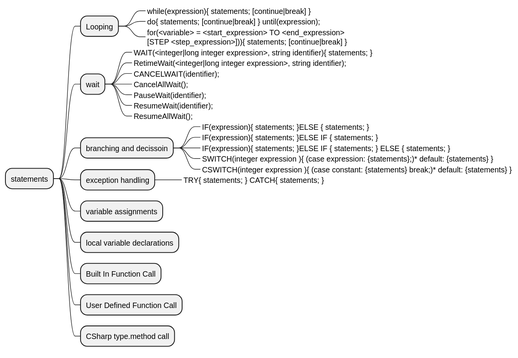
alvaroyurrita/vscode-crestron-splus keeps this PlantUML diagram as csharp-syntax-mindmap/statements.svg. Above is the earlier version.
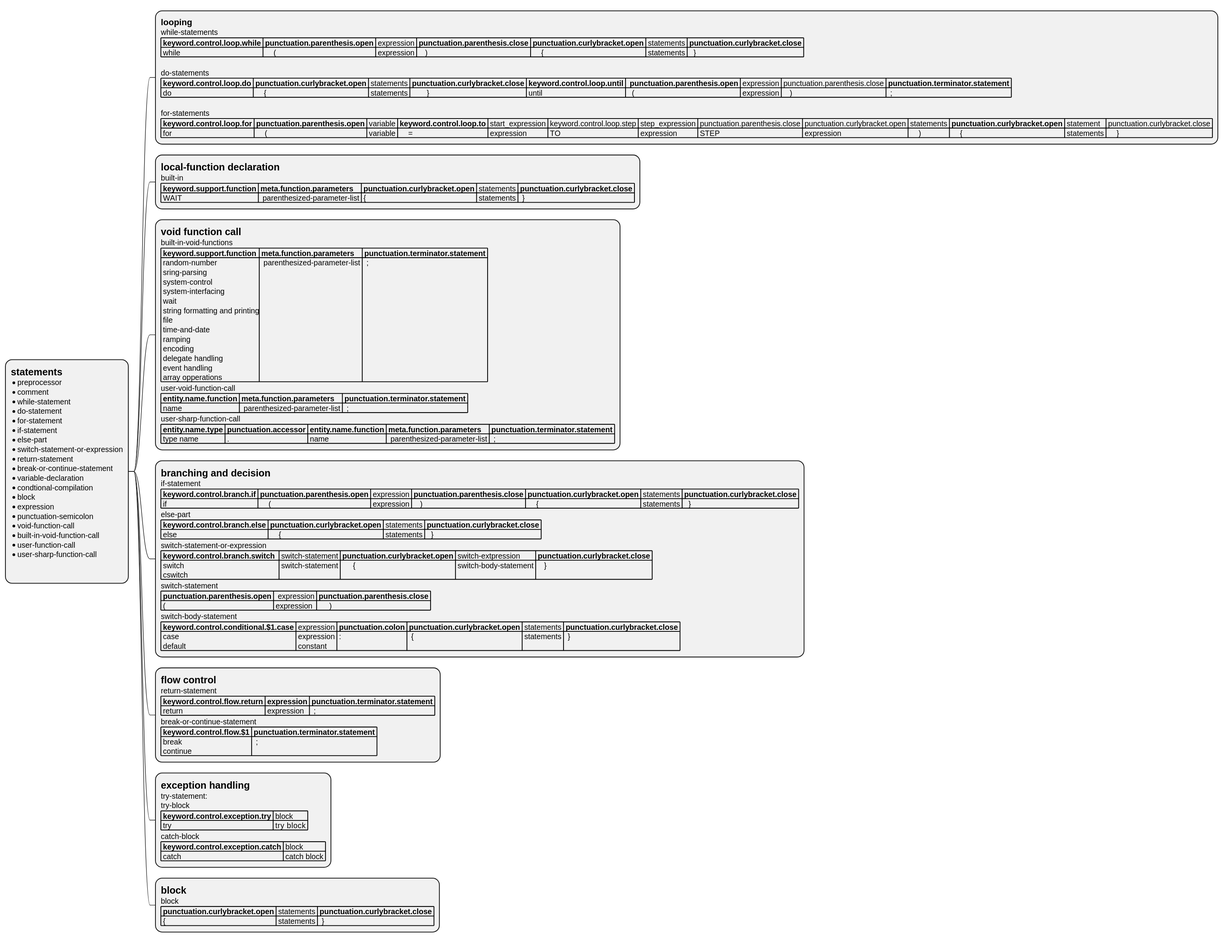
After the commit.

Diff of the diagram source:
```diff
@@ -1,30 +1,93 @@
 @startmindmap
-+ statements
-++ Looping
-+++_ while(expression){ statements; [continue|break] }
-+++_ do{ statements; [continue|break] } until(expression);
-+++_ for(<variable> = <start_expression> TO <end_expression> \n[STEP <step_expression>])){ statements; [continue|break] }
-++ wait
-+++_ WAIT(<integer|long integer expression>, string identifier){ statements; }
-+++_ RetimeWait(<integer|long integer expression>, string identifier);
-+++_ CANCELWAIT(identifier);
-+++_ CancelAllWait();
-+++_ PauseWait(identifier);
-+++_ ResumeWait(identifier);
-+++_ ResumeAllWait();
-++ branching and decissoin
-+++_ IF(expression){ statements; }ELSE { statements; }
-+++_ IF(expression){ statements; }ELSE IF { statements; }
-+++_ IF(expression){ statements; }ELSE IF { statements; } ELSE { statements; }
-+++_ SWITCH(integer expression ){ (case expression: {statements};)* default: {statements} }
-+++_ CSWITCH(integer expression ){ (case constant: {statements} break;)* default: {statements} }
-++ exception handling
-+++_ TRY{ statements; } CATCH{ statements; }
-++ variable assignments
-++ local variable declarations
-++ Built In Function Call
-++ User Defined Function Call
-++ CSharp type.method call
+*:= statements
+* preprocessor
+* comment
+* while-statement
+* do-statement
+* for-statement
+* if-statement
+* else-part
+* switch-statement-or-expression
+* return-statement
+* break-or-continue-statement
+* variable-declaration
+* condtional-compilation
+* block
+* expression
+* punctuation-semicolon
+* void-function-call
+* built-in-void-function-call
+* user-function-call
+* user-sharp-function-call
+
+;
+
+**:== looping
+while-statements
+|= keyword.control.loop.while |= punctuation.parenthesis.open | expression |= punctuation.parenthesis.close |= punctuation.curlybracket.open | statements |= punctuation.curlybracket.close |
+| while |     ( | expression |    )  |     { | statements |   } |
+
+do-statements
+|= keyword.control.loop.do |= punctuation.curlybracket.open | statements |= punctuation.curlybracket.close |= keyword.control.loop.until |=  punctuation.parenthesis.open | expression | punctuation.parenthesis.close |= punctuation.terminator.statement |
+| do |     { | statements |        } | until |   ( | expression |    )  |  ; |
+
+for-statements
+|= keyword.control.loop.for |= punctuation.parenthesis.open | variable |= keyword.control.loop.to | start_expression | keyword.control.loop.step | step_expression | punctuation.parenthesis.close | punctuation.curlybracket.open | statements |= punctuation.curlybracket.open | statement | punctuation.curlybracket.close |
+| for |     ( | variable |     = | expression | TO | expression | STEP | expression |     ) |     { | statements |     } |;
+
+**:= local-function declaration
+built-in
+|= keyword.support.function |= meta.function.parameters |= punctuation.curlybracket.open | statements |= punctuation.curlybracket.close |
+| WAIT |  parenthesized-parameter-list | {  | statements |  }  |;
+
+**:= void function call
+built-in-void-functions
+|= keyword.support.function |= meta.function.parameters  |= punctuation.terminator.statement |
+| random-number\n sring-parsing\n system-control\n system-interfacing\n wait\n string formatting and printing\n file\n time-and-date\n ramping\n encoding\n delegate handling\n event handling\n array opperations |  parenthesized-parameter-list |  ;  |
+user-void-function-call
+|= entity.name.function |= meta.function.parameters  |= punctuation.terminator.statement |
+| name |  parenthesized-parameter-list |  ;  |
+user-sharp-function-call
+|= entity.name.type |= punctuation.accessor |= entity.name.function |= meta.function.parameters  |= punctuation.terminator.statement |
+| type name | . | name |  parenthesized-parameter-list |  ;  |;
+
+**:= branching and decision
+if-statement
+|= keyword.control.branch.if |= punctuation.parenthesis.open | expression |= punctuation.parenthesis.close |= punctuation.curlybracket.open | statements |= punctuation.curlybracket.close |
+| if |     ( | expression |    )  |     { | statements |   } |
+else-part
+|= keyword.control.branch.else |= punctuation.curlybracket.open | statements |= punctuation.curlybracket.close |
+| else |     { | statements |   } |
+switch-statement-or-expression
+|= keyword.control.branch.switch  | switch-statement |= punctuation.curlybracket.open | switch-extpression  |= punctuation.curlybracket.close |
+| switch \n cswitch | switch-statement |      { | switch-body-statement |    } |
+switch-statement
+|= punctuation.parenthesis.open |  expression |= punctuation.parenthesis.close |
+| ( | expression |      ) |
+switch-body-statement
+|= keyword.control.conditional.$1.case | expression |= punctuation.colon |= punctuation.curlybracket.open | statements |= punctuation.curlybracket.close |
+| case \n default | expression \n constant | : |  { | statements |  }  |  ; |;
+
+**:= flow control
+return-statement
+|= keyword.control.flow.return |= expression |= punctuation.terminator.statement |
+| return | expression |  ; |
+break-or-continue-statement
+|= keyword.control.flow.$1 |= punctuation.terminator.statement |
+| break \n continue |  ; |;
+
+**:= exception handling
+try-statement:
+try-block
+|= keyword.control.exception.try | block |
+| try | try  block |
+catch-block
+|= keyword.control.exception.catch | block |
+| catch | catch block |;
+**:=block
+block
+|= punctuation.curlybracket.open | statements |= punctuation.curlybracket.close |
+| { | statements |  } |;
 
 
 @endmindmap
```
